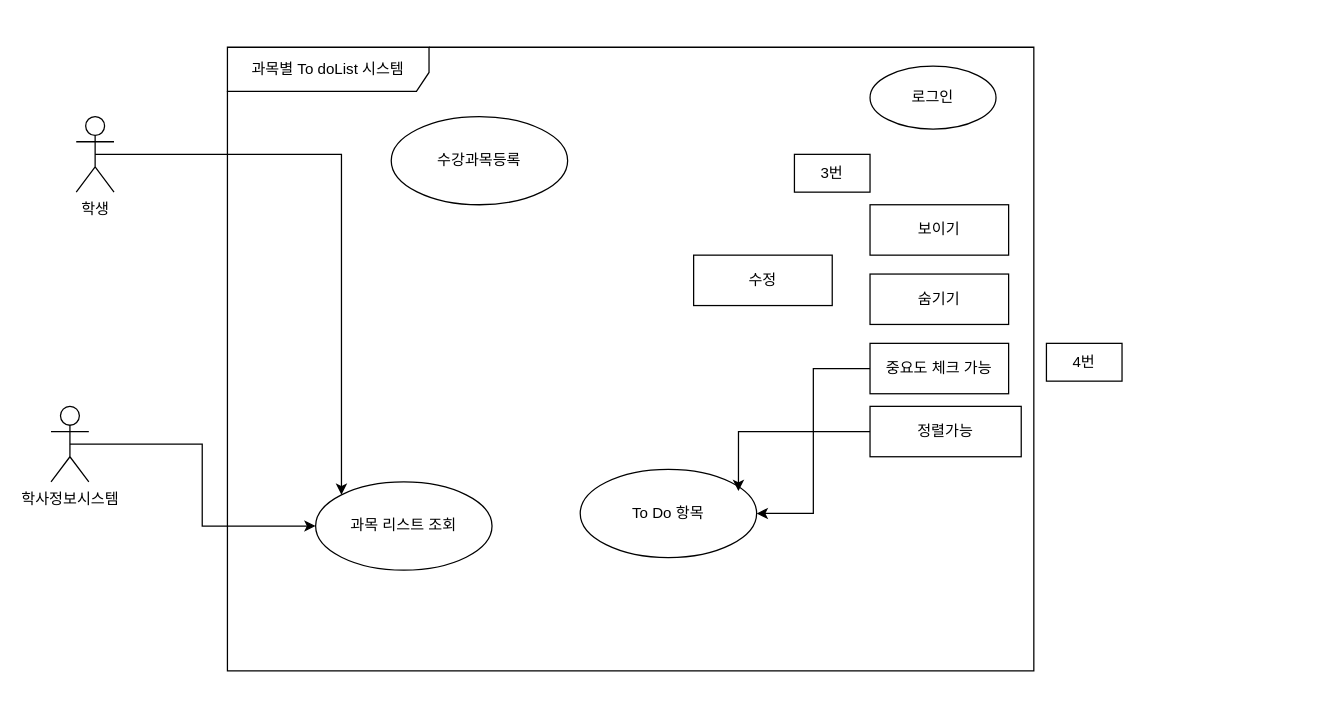
Earlier version of the draw.io diagram doc/02_RA/Team4/대학생을 위한 To do List 관리_진선.drawio (eunbi-kim/24_2_W_SeProj). Source tidied: cells renumbered, new cells numbered last; positions are measured from the earlier drawing's top-left corner, leaving out a move shared by most shapes. Both pictures are drawn from the tidied source at 126%, with x=0, y=0 at pixel (50, 47).
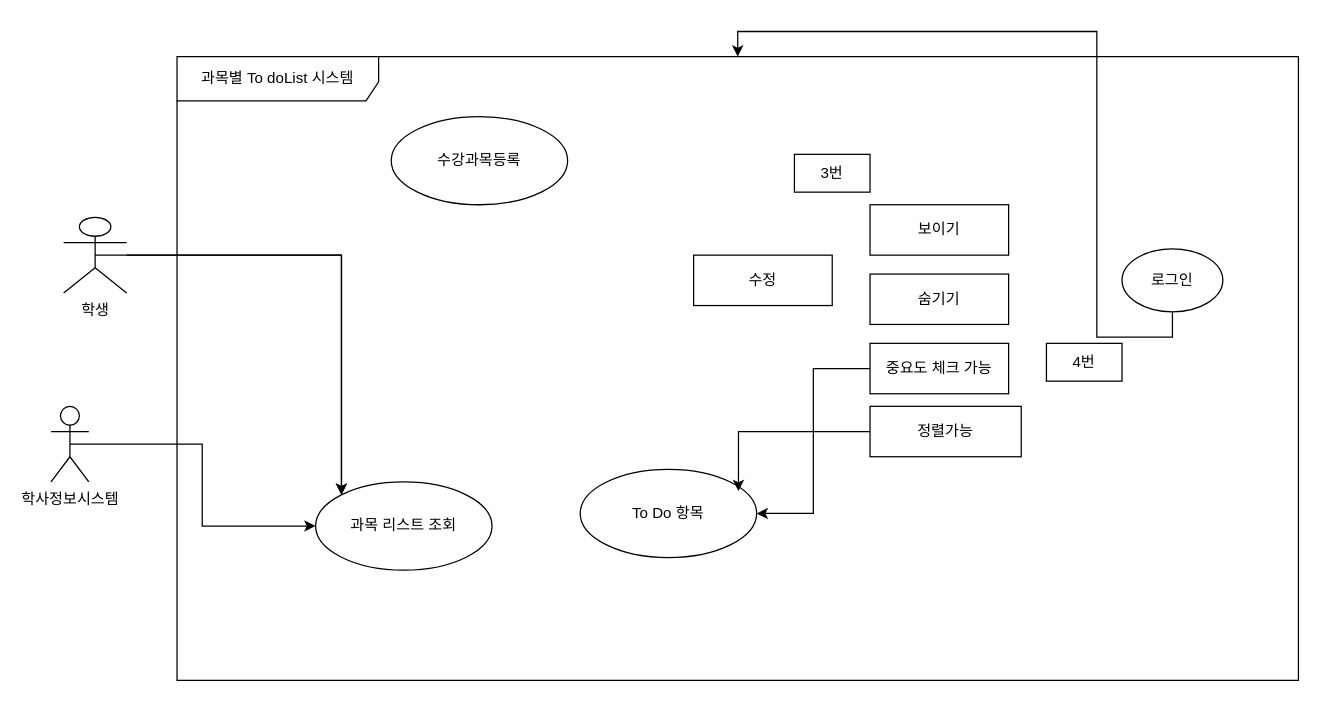
After the change.

Commit message:
Update 대학생을 위한 To do List 관리_진선.drawio

Unchanged cells that the change refers to:
```xml
<mxCell id="19" value="과목 리스트 조회" style="ellipse;whiteSpace=wrap;html=1;strokeColor=default;align=center;verticalAlign=middle;fontFamily=Helvetica;fontSize=12;fontColor=default;fillColor=default;" parent="1" vertex="1">
  <mxGeometry x="210" y="345" width="140" height="70" as="geometry" />
</mxCell>
```

Diff of the diagram source:
```diff
@@
+    <mxCell id="20" style="edgeStyle=orthogonalEdgeStyle;rounded=0;jettySize=auto;html=1;entryX=0;entryY=0;entryDx=0;entryDy=0;" parent="1" edge="1" source="3" target="19">
+      <mxGeometry relative="1" as="geometry" />
+    </mxCell>
@@
     <mxCell id="3" value="학생" style="shape=umlActor;verticalLabelPosition=bottom;verticalAlign=top;html=1;outlineConnect=0;" parent="1" vertex="1">
-      <mxGeometry x="20" y="55" width="30" height="60" as="geometry" />
+      <mxGeometry x="10" y="135" width="50" height="60" as="geometry" />
     </mxCell>
@@
+    <mxCell id="21" style="edgeStyle=orthogonalEdgeStyle;rounded=0;jettySize=auto;html=1;" parent="1" edge="1" source="12" target="18">
+      <mxGeometry relative="1" as="geometry" />
+    </mxCell>
     <mxCell id="12" value="로그인" style="ellipse;whiteSpace=wrap;html=1;strokeColor=default;align=center;verticalAlign=middle;fontFamily=Helvetica;fontSize=12;fontColor=default;fillColor=default;" parent="1" vertex="1">
-      <mxGeometry x="650" y="15" width="100" height="50" as="geometry" />
+      <mxGeometry x="850" y="160" width="80" height="50" as="geometry" />
     </mxCell>
@@
     <mxCell id="18" value="과목별 To doList 시스템" style="shape=umlFrame;whiteSpace=wrap;html=1;width=160;height=35;" parent="1" vertex="1">
-      <mxGeometry x="140" width="640" height="495" as="geometry" />
+      <mxGeometry x="100" y="7.5" width="890" height="495" as="geometry" />
     </mxCell>
```
